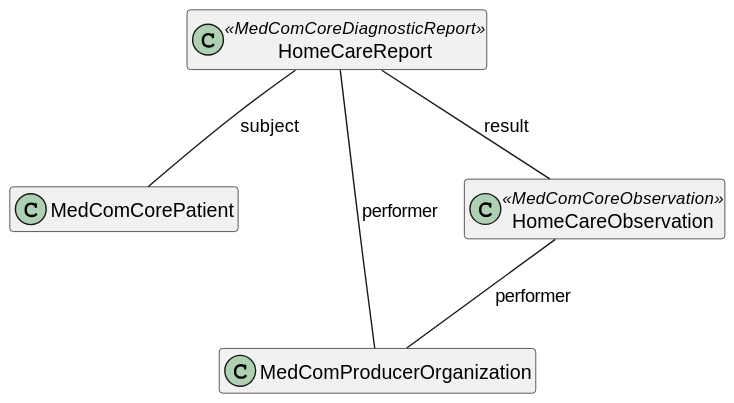
Earlier version of the PlantUML export input/images/HomeCareObservation/HomeCareObsProfile.svg (medcomdk/dk_MunicipalityObservationResults).
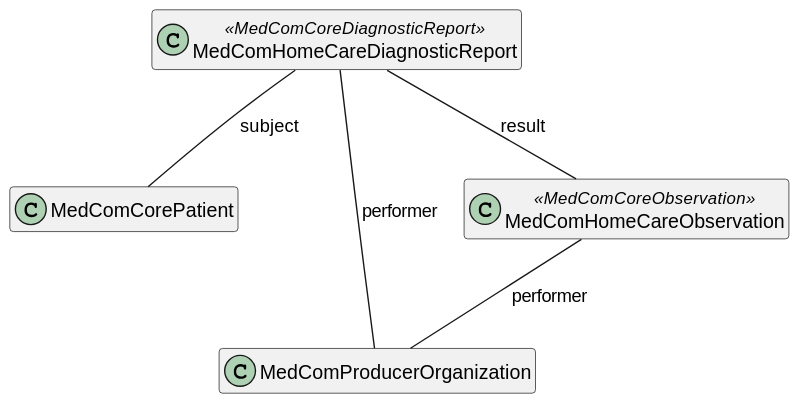
Later version of the same file.

The edit, as a diff of the source:
```diff
@@ -4,8 +4,8 @@
 
 class "MedComCorePatient" as patient
 class "MedComProducerOrganization" as organization
-class "HomeCareReport" as diagnosticReport <<MedComCoreDiagnosticReport>>
-class "HomeCareObservation" as coreobservation <<MedComCoreObservation>>
+class "MedComHomeCareDiagnosticReport" as diagnosticReport <<MedComCoreDiagnosticReport>>
+class "MedComHomeCareObservation" as coreobservation <<MedComCoreObservation>>
 
 diagnosticReport -- patient : "subject"
 diagnosticReport -- organization: "performer"
```
